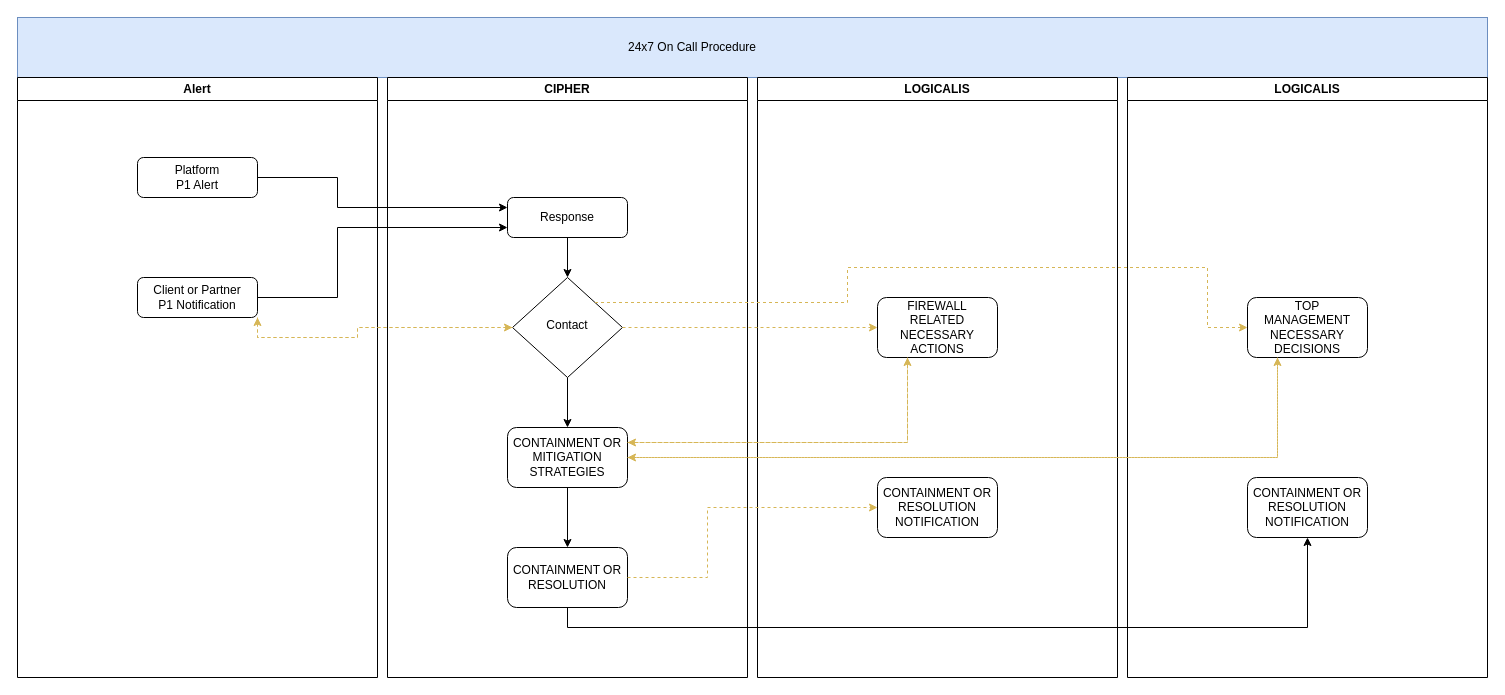
Earlier version of the draw.io diagram Diagrama sem nome.drawio (SousinhaT/SousinhaT). Source tidied: cells renumbered, new cells numbered last; positions are measured from the earlier drawing's top-left corner, leaving out a move shared by most shapes. Both pictures are drawn from the tidied source at 100%, with x=0, y=0 at pixel (17, 17).
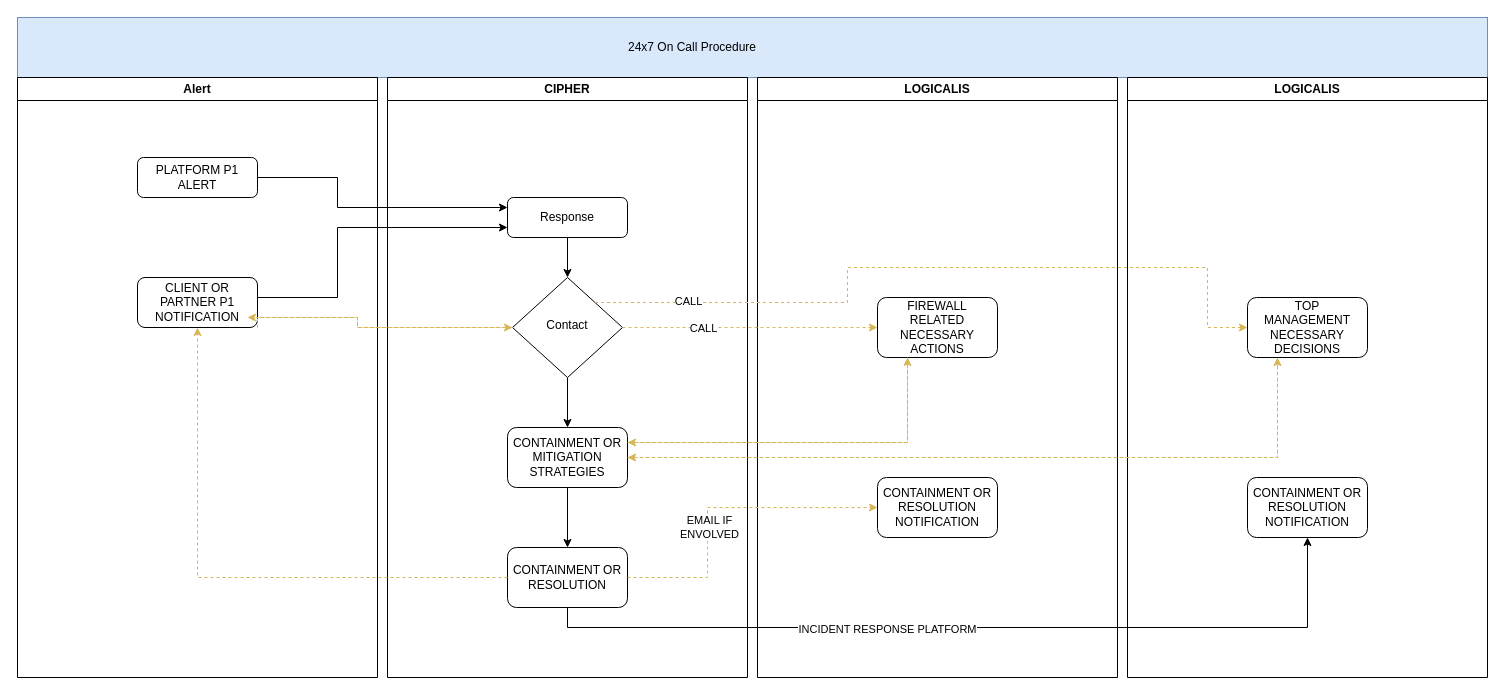
Above is the later version.

Unchanged cells that the change refers to:
```xml
<mxCell id="4" value="Alert" style="swimlane;whiteSpace=wrap;html=1;" parent="1" vertex="1">
  <mxGeometry y="60" width="360" height="600" as="geometry" />
</mxCell>
<mxCell id="11" value="Contact" style="rhombus;whiteSpace=wrap;html=1;shadow=0;fontFamily=Helvetica;fontSize=12;align=center;strokeWidth=1;spacing=6;spacingTop=-4;" parent="7" vertex="1">
  <mxGeometry x="125" y="200" width="110" height="100" as="geometry" />
</mxCell>
<mxCell id="13" value="CONTAINMENT OR MITIGATION STRATEGIES" style="rounded=1;whiteSpace=wrap;html=1;fontSize=12;glass=0;strokeWidth=1;shadow=0;" parent="7" vertex="1">
  <mxGeometry x="120" y="350" width="120" height="60" as="geometry" />
</mxCell>
<mxCell id="14" value="CONTAINMENT OR RESOLUTION" style="rounded=1;whiteSpace=wrap;html=1;fontSize=12;glass=0;strokeWidth=1;shadow=0;" parent="7" vertex="1">
  <mxGeometry x="120" y="470" width="120" height="60" as="geometry" />
</mxCell>
<mxCell id="25" value="CONTAINMENT OR RESOLUTION NOTIFICATION" style="rounded=1;whiteSpace=wrap;html=1;fontSize=12;glass=0;strokeWidth=1;shadow=0;" parent="22" vertex="1">
  <mxGeometry x="120" y="400" width="120" height="60" as="geometry" />
</mxCell>
<mxCell id="26" value="TOP&lt;br&gt;MANAGEMENT&lt;br&gt;NECESSARY&lt;br&gt;DECISIONS" style="rounded=1;whiteSpace=wrap;html=1;fontSize=12;glass=0;strokeWidth=1;shadow=0;" parent="22" vertex="1">
  <mxGeometry x="120" y="220" width="120" height="60" as="geometry" />
</mxCell>
<mxCell id="29" style="edgeStyle=orthogonalEdgeStyle;rounded=0;jettySize=auto;html=1;exitX=1;exitY=0.5;exitDx=0;exitDy=0;entryX=0;entryY=0.5;entryDx=0;entryDy=0;fillColor=#fff2cc;strokeColor=#d6b656;dashed=1;" parent="1" edge="1" source="11" target="21">
  <mxGeometry relative="1" as="geometry" />
</mxCell>
<mxCell id="30" style="edgeStyle=orthogonalEdgeStyle;rounded=0;jettySize=auto;html=1;exitX=1;exitY=0;exitDx=0;exitDy=0;entryX=0;entryY=0.5;entryDx=0;entryDy=0;dashed=1;fillColor=#fff2cc;strokeColor=#d6b656;" parent="1" edge="1" source="11" target="26">
  <mxGeometry relative="1" as="geometry">
    <Array as="points">
      <mxPoint x="830" y="285" />
      <mxPoint x="830" y="250" />
      <mxPoint x="1190" y="250" />
      <mxPoint x="1190" y="310" />
    </Array>
  </mxGeometry>
</mxCell>
<mxCell id="36" style="edgeStyle=orthogonalEdgeStyle;rounded=0;jettySize=auto;html=1;exitX=1;exitY=0.5;exitDx=0;exitDy=0;entryX=0;entryY=0.5;entryDx=0;entryDy=0;fillColor=#fff2cc;strokeColor=#d6b656;dashed=1;" parent="1" edge="1" source="14" target="20">
  <mxGeometry relative="1" as="geometry">
    <Array as="points">
      <mxPoint x="690" y="560" />
      <mxPoint x="690" y="490" />
    </Array>
  </mxGeometry>
</mxCell>
```

Change to the diagram source:
```diff
@@
-    <mxCell id="5" value="Platform&lt;br&gt;P1 Alert" style="rounded=1;whiteSpace=wrap;html=1;fontSize=12;glass=0;strokeWidth=1;shadow=0;" parent="4" vertex="1">
+    <mxCell id="5" value="PLATFORM P1&lt;br&gt;ALERT" style="rounded=1;whiteSpace=wrap;html=1;fontSize=12;glass=0;strokeWidth=1;shadow=0;" parent="4" vertex="1">
       <mxGeometry x="120" y="80" width="120" height="40" as="geometry" />
     </mxCell>
-    <mxCell id="6" value="Client or Partner&lt;br&gt;P1 Notification" style="rounded=1;whiteSpace=wrap;html=1;fontSize=12;glass=0;strokeWidth=1;shadow=0;" parent="4" vertex="1">
-      <mxGeometry x="120" y="200" width="120" height="40" as="geometry" />
+    <mxCell id="6" value="CLIENT OR PARTNER P1 NOTIFICATION" style="rounded=1;whiteSpace=wrap;html=1;fontSize=12;glass=0;strokeWidth=1;shadow=0;" parent="4" vertex="1">
+      <mxGeometry x="120" y="200" width="120" height="50" as="geometry" />
     </mxCell>
@@
     <mxCell id="27" style="edgeStyle=orthogonalEdgeStyle;rounded=0;jettySize=auto;html=1;exitX=1;exitY=1;exitDx=0;exitDy=0;entryX=0;entryY=0.5;entryDx=0;entryDy=0;dashed=1;fillColor=#fff2cc;strokeColor=#d6b656;" parent="1" edge="1" source="6" target="11">
       <mxGeometry relative="1" as="geometry">
         <Array as="points">
-          <mxPoint x="240" y="320" />
-          <mxPoint x="340" y="320" />
+          <mxPoint x="240" y="300" />
+          <mxPoint x="340" y="300" />
           <mxPoint x="340" y="310" />
         </Array>
       </mxGeometry>
     </mxCell>
-    <mxCell id="28" style="edgeStyle=orthogonalEdgeStyle;rounded=0;jettySize=auto;html=1;exitX=0;exitY=0.5;exitDx=0;exitDy=0;entryX=1;entryY=1;entryDx=0;entryDy=0;dashed=1;fillColor=#fff2cc;strokeColor=#d6b656;" parent="1" edge="1" source="11" target="6">
+    <mxCell id="28" style="edgeStyle=orthogonalEdgeStyle;rounded=0;jettySize=auto;html=1;exitX=0;exitY=0.5;exitDx=0;exitDy=0;dashed=1;fillColor=#fff2cc;strokeColor=#d6b656;" parent="1" edge="1" source="11">
       <mxGeometry relative="1" as="geometry">
+        <mxPoint x="230" y="300" as="targetPoint" />
         <Array as="points">
           <mxPoint x="340" y="310" />
-          <mxPoint x="340" y="320" />
-          <mxPoint x="240" y="320" />
+          <mxPoint x="340" y="300" />
         </Array>
       </mxGeometry>
     </mxCell>
@@
+    <mxCell id="37" value="CALL" style="edgeLabel;html=1;align=center;verticalAlign=middle;" parent="29" vertex="1">
+      <mxGeometry x="-0.37" relative="1" as="geometry" />
+    </mxCell>
@@
+    <mxCell id="38" value="CALL" style="edgeLabel;html=1;align=center;verticalAlign=middle;" parent="30" vertex="1">
+      <mxGeometry x="-0.75" y="2" relative="1" as="geometry" />
+    </mxCell>
@@
-    <mxCell id="34" style="edgeStyle=orthogonalEdgeStyle;rounded=0;jettySize=auto;html=1;exitX=0.25;exitY=1;exitDx=0;exitDy=0;entryX=1;entryY=0.5;entryDx=0;entryDy=0;dashed=1;fillColor=#fff2cc;strokeColor=#d6b656;" parent="1" edge="1" source="26" target="13">
-      <mxGeometry relative="1" as="geometry" />
-    </mxCell>
     <mxCell id="35" style="edgeStyle=orthogonalEdgeStyle;rounded=0;jettySize=auto;html=1;exitX=0.5;exitY=1;exitDx=0;exitDy=0;entryX=0.5;entryY=1;entryDx=0;entryDy=0;" parent="1" edge="1" source="14" target="25">
-      <mxGeometry relative="1" as="geometry" />
+      <mxGeometry relative="1" as="geometry">
+        <Array as="points">
+          <mxPoint x="550" y="610" />
+          <mxPoint x="1290" y="610" />
+        </Array>
+      </mxGeometry>
     </mxCell>
+    <mxCell id="39" value="INCIDENT RESPONSE PLATFORM" style="edgeLabel;html=1;align=center;verticalAlign=middle;" parent="35" vertex="1">
+      <mxGeometry x="-0.2" y="-1" relative="1" as="geometry">
+        <mxPoint x="-1" as="offset" />
+      </mxGeometry>
+    </mxCell>
@@
+    <mxCell id="40" value="EMAIL IF&lt;br&gt;ENVOLVED" style="edgeLabel;html=1;align=center;verticalAlign=middle;" parent="36" vertex="1">
+      <mxGeometry x="-0.18" y="-1" relative="1" as="geometry" />
+    </mxCell>
+    <mxCell id="41" style="edgeStyle=orthogonalEdgeStyle;rounded=0;jettySize=auto;html=1;entryX=1;entryY=0.5;entryDx=0;entryDy=0;fillColor=#fff2cc;strokeColor=#d6b656;dashed=1;" parent="1" edge="1" target="13">
+      <mxGeometry relative="1" as="geometry">
+        <mxPoint x="1260" y="350" as="sourcePoint" />
+        <Array as="points">
+          <mxPoint x="1260" y="340" />
+          <mxPoint x="1260" y="440" />
+        </Array>
+      </mxGeometry>
+    </mxCell>
+    <mxCell id="42" style="edgeStyle=orthogonalEdgeStyle;rounded=0;jettySize=auto;html=1;exitX=0;exitY=0.5;exitDx=0;exitDy=0;entryX=0.5;entryY=1;entryDx=0;entryDy=0;dashed=1;fillColor=#fff2cc;strokeColor=#d6b656;" parent="1" edge="1" source="14" target="6">
+      <mxGeometry relative="1" as="geometry" />
+    </mxCell>
```
